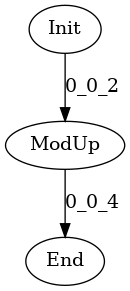
hal-lab-u-tokyo/PolyFHE keeps this Graphviz diagram as data/graph_poly.dot.png. Above is the earlier version. Its source is kept beside it as data/graph_poly.dot.
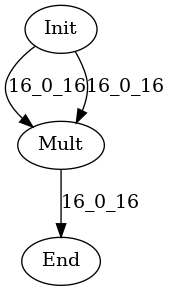
Above is the later version.

Diff of the diagram source:
```diff
@@ -1,7 +1,8 @@
 digraph G {
 Init[label="Init"];
 End[label="End"];
-ModUp[label="ModUp"];
-Init -> ModUp[label="0_0_2"];
-ModUp -> End[label="0_0_4"];
+Mult[label="Mult"];
+Init -> Mult[label="16_0_16"];
+Init -> Mult[label="16_0_16"];
+Mult -> End[label="16_0_16"];
 }
```
